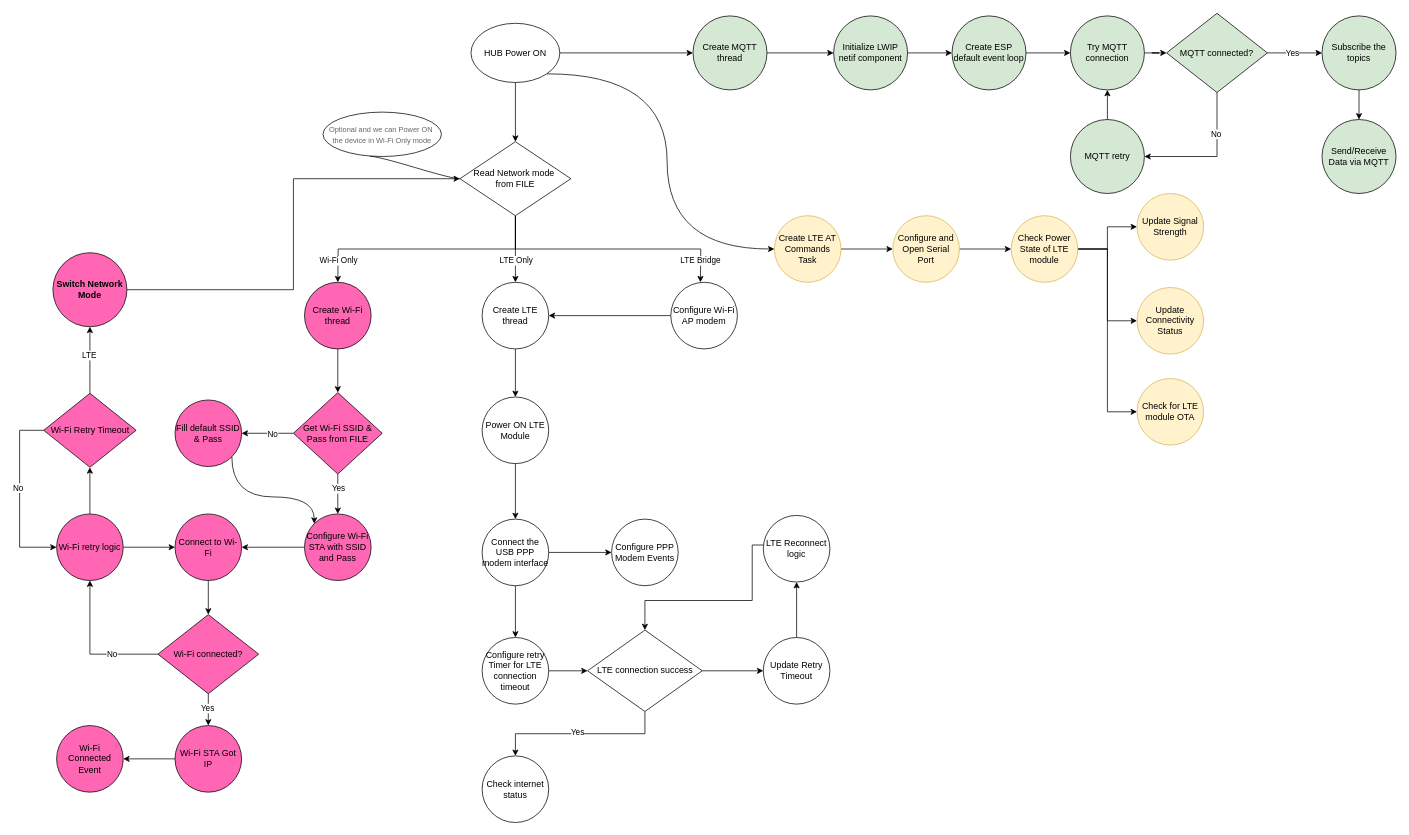
This is GEN2 connectivity states workflow.drawio from sohaibqamar/drawings, a draw.io file, before an edit. Source tidied: cells renumbered, new cells numbered last; positions are measured from the earlier drawing's top-left corner, leaving out a move shared by most shapes. Both pictures are drawn from the tidied source at 74%, with x=0, y=0 at pixel (19, 13).
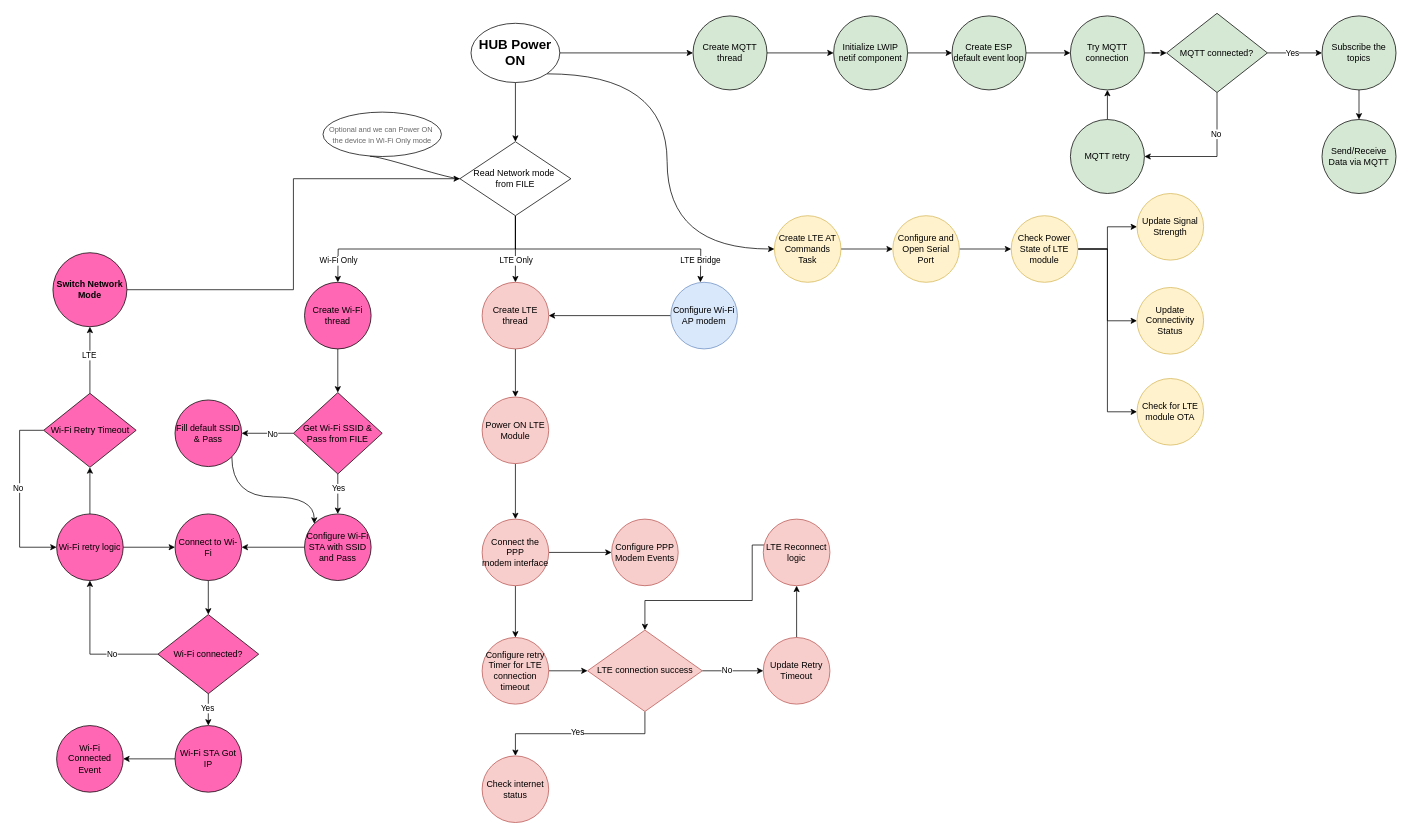
The same diagram, later.

Unchanged cells that the change refers to:
```xml
<mxCell id="89" style="edgeStyle=orthogonalEdgeStyle;rounded=0;jettySize=auto;html=1;entryX=0;entryY=0.5;entryDx=0;entryDy=0;" parent="1" edge="1" source="90" target="93">
  <mxGeometry relative="1" as="geometry" />
</mxCell>
```

What changed in the source:
```diff
@@
-    <mxCell id="5" value="HUB Power ON" style="ellipse;whiteSpace=wrap;html=1;" parent="1" vertex="1">
+    <mxCell id="5" value="&lt;font style=&quot;font-size: 18px;&quot;&gt;HUB Power ON&lt;/font&gt;" style="ellipse;whiteSpace=wrap;html=1;fontStyle=1;" parent="1" vertex="1">
       <mxGeometry x="610" y="14" width="120" height="80" as="geometry" />
     </mxCell>
@@
-    <mxCell id="14" value="Create LTE thread" style="ellipse;whiteSpace=wrap;html=1;" parent="1" vertex="1">
+    <mxCell id="14" value="Create LTE thread" style="ellipse;whiteSpace=wrap;html=1;fillColor=#f8cecc;strokeColor=#b85450;" parent="1" vertex="1">
       <mxGeometry x="625" y="364" width="90" height="90" as="geometry" />
     </mxCell>
@@
-    <mxCell id="16" value="Configure Wi-Fi AP modem" style="ellipse;whiteSpace=wrap;html=1;" parent="1" vertex="1">
+    <mxCell id="16" value="Configure Wi-Fi AP modem" style="ellipse;whiteSpace=wrap;html=1;fillColor=#dae8fc;strokeColor=#6c8ebf;" parent="1" vertex="1">
       <mxGeometry x="880" y="364" width="90" height="90" as="geometry" />
     </mxCell>
@@
-    <mxCell id="62" value="Power ON LTE Module" style="ellipse;whiteSpace=wrap;html=1;" parent="1" vertex="1">
+    <mxCell id="62" value="Power ON LTE Module" style="ellipse;whiteSpace=wrap;html=1;fillColor=#f8cecc;strokeColor=#b85450;" parent="1" vertex="1">
       <mxGeometry x="625" y="519" width="90" height="90" as="geometry" />
     </mxCell>
@@
-    <mxCell id="65" value="Connect the USB PPP modem&lt;span style=&quot;background-color: initial;&quot;&gt;&amp;nbsp;interface&lt;/span&gt;" style="ellipse;whiteSpace=wrap;html=1;" parent="1" vertex="1">
+    <mxCell id="65" value="Connect the PPP modem&lt;span style=&quot;background-color: initial;&quot;&gt;&amp;nbsp;interface&lt;/span&gt;" style="ellipse;whiteSpace=wrap;html=1;fillColor=#f8cecc;strokeColor=#b85450;" parent="1" vertex="1">
       <mxGeometry x="625" y="684" width="90" height="90" as="geometry" />
     </mxCell>
@@
-    <mxCell id="67" value="Configure retry Timer for LTE connection timeout" style="ellipse;whiteSpace=wrap;html=1;" parent="1" vertex="1">
+    <mxCell id="67" value="Configure retry Timer for LTE connection timeout" style="ellipse;whiteSpace=wrap;html=1;fillColor=#f8cecc;strokeColor=#b85450;" parent="1" vertex="1">
       <mxGeometry x="625" y="844" width="90" height="90" as="geometry" />
     </mxCell>
@@
-    <mxCell id="86" value="Configure PPP Modem Events" style="ellipse;whiteSpace=wrap;html=1;" parent="1" vertex="1">
+    <mxCell id="86" value="Configure PPP Modem Events" style="ellipse;whiteSpace=wrap;html=1;fillColor=#f8cecc;strokeColor=#b85450;" parent="1" vertex="1">
       <mxGeometry x="800" y="684" width="90" height="90" as="geometry" />
     </mxCell>
@@
+    <mxCell id="96" value="No" style="edgeLabel;html=1;align=center;verticalAlign=middle;" parent="89" vertex="1">
+      <mxGeometry x="-0.2" y="2" relative="1" as="geometry" />
+    </mxCell>
-    <mxCell id="90" value="LTE connection success" style="rhombus;whiteSpace=wrap;html=1;" parent="1" vertex="1">
+    <mxCell id="90" value="LTE connection success" style="rhombus;whiteSpace=wrap;html=1;fillColor=#f8cecc;strokeColor=#b85450;" parent="1" vertex="1">
       <mxGeometry x="767.5" y="834" width="155" height="110" as="geometry" />
     </mxCell>
-    <mxCell id="91" value="Check internet status" style="ellipse;whiteSpace=wrap;html=1;" parent="1" vertex="1">
+    <mxCell id="91" value="Check internet status" style="ellipse;whiteSpace=wrap;html=1;fillColor=#f8cecc;strokeColor=#b85450;" parent="1" vertex="1">
       <mxGeometry x="625" y="1004" width="90" height="90" as="geometry" />
     </mxCell>
@@
-    <mxCell id="93" value="Update Retry Timeout" style="ellipse;whiteSpace=wrap;html=1;" parent="1" vertex="1">
+    <mxCell id="93" value="Update Retry Timeout" style="ellipse;whiteSpace=wrap;html=1;fillColor=#f8cecc;strokeColor=#b85450;" parent="1" vertex="1">
       <mxGeometry x="1005" y="844" width="90" height="90" as="geometry" />
     </mxCell>
@@
-    <mxCell id="95" value="LTE Reconnect logic" style="ellipse;whiteSpace=wrap;html=1;" parent="1" vertex="1">
-      <mxGeometry x="1005" y="679" width="90" height="90" as="geometry" />
+    <mxCell id="95" value="LTE Reconnect logic" style="ellipse;whiteSpace=wrap;html=1;fillColor=#f8cecc;strokeColor=#b85450;" parent="1" vertex="1">
+      <mxGeometry x="1005" y="684" width="90" height="90" as="geometry" />
     </mxCell>
```
